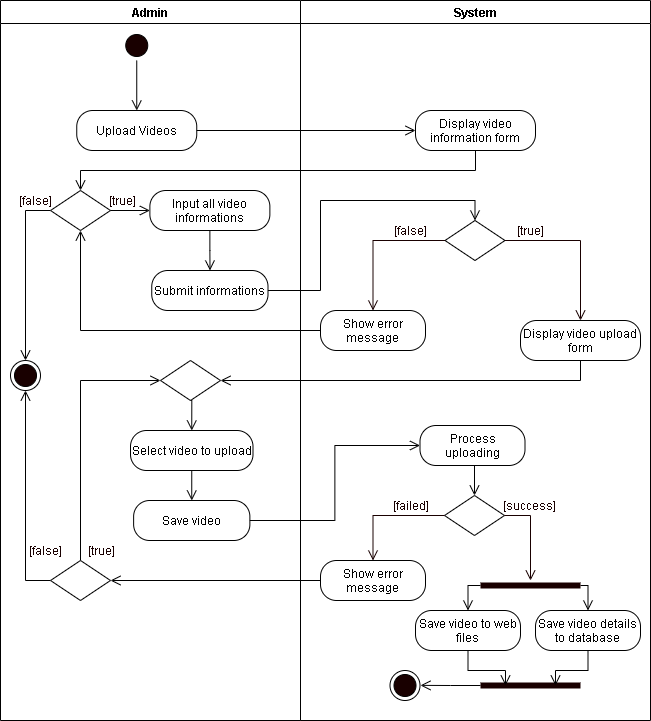
Above: REVISIONS/UML-DIAGRAMS/6-9-2021/ACTIVITY DIAGRAM/8-Upload Video.png in mrklglsn/CAPSTONE-FILES (draw.io), before the change. Source tidied: cells renumbered, new cells last; positions are measured from the earlier drawing's top-left corner, leaving out a move shared by most shapes.
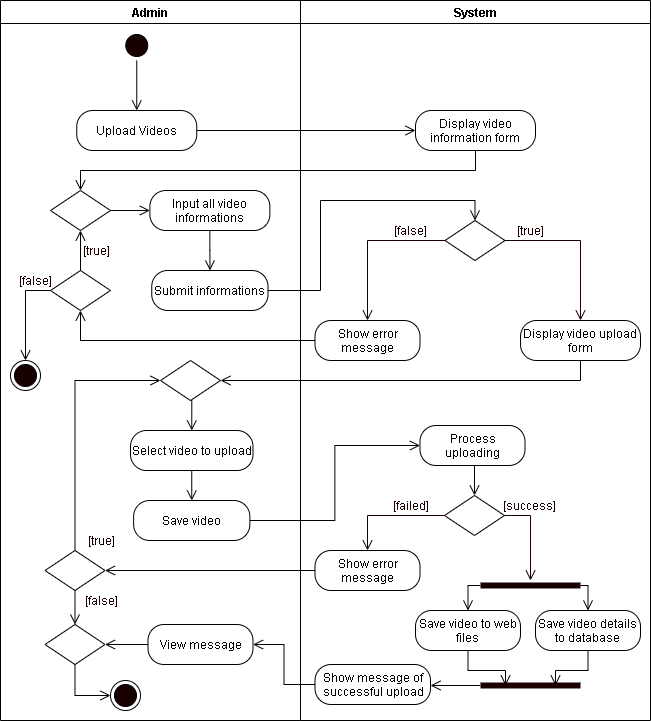
The same diagram one commit later.

The edit, as a diff of the source:
```diff
@@ -40,17 +40,17 @@
     <mxCell id="13" style="edgeStyle=orthogonalEdgeStyle;rounded=0;jettySize=auto;html=1;exitX=0.5;exitY=0;exitDx=0;exitDy=0;entryX=0;entryY=0.5;entryDx=0;entryDy=0;endArrow=open;endFill=0;endSize=8;" parent="2" edge="1" source="15" target="12">
       <mxGeometry relative="1" as="geometry" />
     </mxCell>
-    <mxCell id="14" style="edgeStyle=orthogonalEdgeStyle;rounded=0;jettySize=auto;html=1;exitX=0;exitY=0.5;exitDx=0;exitDy=0;entryX=0.5;entryY=1;entryDx=0;entryDy=0;endArrow=open;endFill=0;endSize=8;" parent="2" edge="1" source="15" target="19">
-      <mxGeometry relative="1" as="geometry" />
-    </mxCell>
+    <mxCell id="59" style="edgeStyle=orthogonalEdgeStyle;rounded=0;jettySize=auto;html=1;exitX=0.5;exitY=1;exitDx=0;exitDy=0;entryX=0.5;entryY=0;entryDx=0;entryDy=0;endArrow=open;endFill=0;endSize=8;" parent="2" edge="1" source="15" target="63">
+      <mxGeometry relative="1" as="geometry" />
+    </mxCell>
     <mxCell id="15" style="rhombus;whiteSpace=wrap;html=1;" parent="2" vertex="1">
-      <mxGeometry x="50" y="560" width="60" height="40" as="geometry" />
+      <mxGeometry x="44.5" y="550" width="60" height="40" as="geometry" />
     </mxCell>
     <mxCell id="16" style="edgeStyle=orthogonalEdgeStyle;rounded=0;jettySize=auto;html=1;exitX=0;exitY=0.5;exitDx=0;exitDy=0;entryX=0.5;entryY=0;entryDx=0;entryDy=0;endArrow=open;endFill=0;endSize=8;" parent="2" edge="1" source="17" target="19">
       <mxGeometry relative="1" as="geometry" />
     </mxCell>
     <mxCell id="17" style="rhombus;whiteSpace=wrap;html=1;" parent="2" vertex="1">
-      <mxGeometry x="50" y="190" width="60" height="40" as="geometry" />
+      <mxGeometry x="50" y="270" width="60" height="40" as="geometry" />
     </mxCell>
     <mxCell id="18" value="Submit informations" style="rounded=1;whiteSpace=wrap;html=1;arcSize=40;" parent="2" vertex="1">
       <mxGeometry x="151.2" y="270" width="116.2" height="40" as="geometry" />
@@ -59,17 +59,45 @@
       <mxGeometry x="10" y="360" width="30" height="30" as="geometry" />
     </mxCell>
     <mxCell id="20" value="&lt;font color=&quot;#190000&quot;&gt;[false]&lt;/font&gt;" style="text;html=1;align=center;verticalAlign=middle;strokeColor=none;fontColor=#FFFFFF;" parent="2" vertex="1">
-      <mxGeometry x="10" y="190" width="50" height="20" as="geometry" />
+      <mxGeometry x="10" y="270" width="50" height="20" as="geometry" />
     </mxCell>
     <mxCell id="21" value="&lt;font color=&quot;#190000&quot;&gt;[true]&lt;/font&gt;" style="text;html=1;align=center;verticalAlign=middle;strokeColor=none;fontColor=#FFFFFF;" parent="2" vertex="1">
-      <mxGeometry x="101.9" y="190" width="40" height="20" as="geometry" />
+      <mxGeometry x="76.2" y="240" width="40" height="20" as="geometry" />
     </mxCell>
-    <mxCell id="22" style="edgeStyle=orthogonalEdgeStyle;rounded=0;jettySize=auto;html=1;exitX=1;exitY=0.5;exitDx=0;exitDy=0;endArrow=open;endFill=0;endSize=8;entryX=0;entryY=0.5;entryDx=0;entryDy=0;" parent="2" edge="1" source="17" target="7">
+    <mxCell id="22" style="edgeStyle=orthogonalEdgeStyle;rounded=0;jettySize=auto;html=1;exitX=0.5;exitY=0;exitDx=0;exitDy=0;endArrow=open;endFill=0;endSize=8;entryX=0.5;entryY=1;entryDx=0;entryDy=0;" parent="2" edge="1" source="17" target="65">
       <mxGeometry relative="1" as="geometry" />
     </mxCell>
     <mxCell id="23" value="&lt;font color=&quot;#190000&quot;&gt;[true]&lt;/font&gt;" style="text;html=1;align=center;verticalAlign=middle;strokeColor=none;fontColor=#FFFFFF;" parent="2" vertex="1">
-      <mxGeometry x="81.2" y="540" width="40" height="20" as="geometry" />
+      <mxGeometry x="81.2" y="530" width="40" height="20" as="geometry" />
     </mxCell>
+    <mxCell id="42" style="ellipse;html=1;shape=endState;fillColor=#190000;" parent="2" vertex="1">
+      <mxGeometry x="110" y="680" width="30" height="30" as="geometry" />
+    </mxCell>
+    <mxCell id="60" style="edgeStyle=orthogonalEdgeStyle;rounded=0;jettySize=auto;html=1;exitX=0;exitY=0.5;exitDx=0;exitDy=0;entryX=1;entryY=0.5;entryDx=0;entryDy=0;endArrow=open;endFill=0;endSize=8;" parent="2" edge="1" source="61" target="63">
+      <mxGeometry relative="1" as="geometry" />
+    </mxCell>
+    <mxCell id="61" value="View message" style="rounded=1;whiteSpace=wrap;html=1;arcSize=40;" parent="2" vertex="1">
+      <mxGeometry x="147.5" y="624" width="105" height="40" as="geometry" />
+    </mxCell>
+    <mxCell id="50" value="&lt;font color=&quot;#190000&quot;&gt;[false]&lt;/font&gt;" style="text;html=1;align=center;verticalAlign=middle;strokeColor=none;fontColor=#FFFFFF;" parent="2" vertex="1">
+      <mxGeometry x="76.2" y="590" width="50" height="20" as="geometry" />
+    </mxCell>
+    <mxCell id="62" style="edgeStyle=orthogonalEdgeStyle;rounded=0;jettySize=auto;html=1;exitX=0.5;exitY=1;exitDx=0;exitDy=0;entryX=0;entryY=0.5;entryDx=0;entryDy=0;endArrow=open;endFill=0;endSize=8;" parent="2" edge="1" source="63" target="42">
+      <mxGeometry relative="1" as="geometry">
+        <Array as="points">
+          <mxPoint x="74" y="695" />
+        </Array>
+      </mxGeometry>
+    </mxCell>
+    <mxCell id="63" style="rhombus;whiteSpace=wrap;html=1;" parent="2" vertex="1">
+      <mxGeometry x="44.5" y="624" width="60" height="40" as="geometry" />
+    </mxCell>
+    <mxCell id="64" style="edgeStyle=orthogonalEdgeStyle;rounded=0;jettySize=auto;html=1;exitX=1;exitY=0.5;exitDx=0;exitDy=0;entryX=0;entryY=0.5;entryDx=0;entryDy=0;endArrow=open;endFill=0;endSize=8;" parent="2" edge="1" source="65" target="7">
+      <mxGeometry relative="1" as="geometry" />
+    </mxCell>
+    <mxCell id="65" style="rhombus;whiteSpace=wrap;html=1;" parent="2" vertex="1">
+      <mxGeometry x="50" y="190" width="60" height="40" as="geometry" />
+    </mxCell>
     <mxCell id="24" value="System" style="swimlane;" parent="1" vertex="1">
       <mxGeometry x="300" width="350" height="720" as="geometry" />
     </mxCell>
@@ -95,7 +123,7 @@
       <mxGeometry x="84.5" y="495" width="50" height="20" as="geometry" />
     </mxCell>
     <mxCell id="32" value="Show error message" style="rounded=1;whiteSpace=wrap;html=1;arcSize=40;" parent="24" vertex="1">
-      <mxGeometry x="20" y="560" width="105" height="40" as="geometry" />
+      <mxGeometry x="14.5" y="550" width="105" height="40" as="geometry" />
     </mxCell>
     <mxCell id="33" style="edgeStyle=orthogonalEdgeStyle;rounded=0;jettySize=auto;html=1;exitX=0;exitY=0.5;exitDx=0;exitDy=0;fontColor=#FFFFFF;endArrow=open;endFill=0;endSize=8;strokeColor=#190000;entryX=0.5;entryY=0;entryDx=0;entryDy=0;" parent="24" edge="1" source="28" target="32">
       <mxGeometry relative="1" as="geometry" />
@@ -110,7 +138,7 @@
       <mxGeometry x="85" y="220" width="50" height="20" as="geometry" />
     </mxCell>
     <mxCell id="37" value="Show error message" style="rounded=1;whiteSpace=wrap;html=1;arcSize=40;" parent="24" vertex="1">
-      <mxGeometry x="20" y="310" width="105" height="40" as="geometry" />
+      <mxGeometry x="14.5" y="320" width="105" height="40" as="geometry" />
     </mxCell>
     <mxCell id="38" style="edgeStyle=orthogonalEdgeStyle;rounded=0;jettySize=auto;html=1;exitX=0;exitY=0.5;exitDx=0;exitDy=0;fontColor=#FFFFFF;endArrow=open;endFill=0;endSize=8;strokeColor=#190000;entryX=0.5;entryY=0;entryDx=0;entryDy=0;" parent="24" edge="1" source="34" target="37">
       <mxGeometry relative="1" as="geometry" />
@@ -124,22 +152,19 @@
     <mxCell id="41" value="Save video details to database" style="rounded=1;whiteSpace=wrap;html=1;arcSize=40;" parent="24" vertex="1">
       <mxGeometry x="235" y="610" width="105" height="40" as="geometry" />
     </mxCell>
-    <mxCell id="42" style="ellipse;html=1;shape=endState;fillColor=#190000;" parent="24" vertex="1">
-      <mxGeometry x="89.5" y="670" width="30" height="30" as="geometry" />
-    </mxCell>
+    <mxCell id="66" value="Show message of successful upload" style="rounded=1;whiteSpace=wrap;html=1;arcSize=40;" parent="24" vertex="1">
+      <mxGeometry x="14.5" y="664" width="115.5" height="40" as="geometry" />
+    </mxCell>
     <mxCell id="43" style="edgeStyle=orthogonalEdgeStyle;rounded=0;jettySize=auto;html=1;exitX=1;exitY=0.5;exitDx=0;exitDy=0;endArrow=open;endFill=0;endSize=8;entryX=0;entryY=0.5;entryDx=0;entryDy=0;" parent="1" edge="1" source="5" target="25">
       <mxGeometry relative="1" as="geometry" />
     </mxCell>
-    <mxCell id="44" style="edgeStyle=orthogonalEdgeStyle;rounded=0;jettySize=auto;html=1;exitX=0.5;exitY=1;exitDx=0;exitDy=0;entryX=0.5;entryY=0;entryDx=0;entryDy=0;endArrow=open;endFill=0;endSize=8;" parent="1" edge="1" source="25" target="17">
-      <mxGeometry relative="1" as="geometry" />
-    </mxCell>
     <mxCell id="45" style="edgeStyle=orthogonalEdgeStyle;rounded=0;jettySize=auto;html=1;exitX=1;exitY=0.5;exitDx=0;exitDy=0;entryX=0;entryY=0.5;entryDx=0;entryDy=0;endArrow=open;endFill=0;endSize=8;" parent="1" edge="1" source="9" target="27">
       <mxGeometry relative="1" as="geometry" />
     </mxCell>
     <mxCell id="46" style="edgeStyle=orthogonalEdgeStyle;rounded=0;jettySize=auto;html=1;exitX=0;exitY=0.5;exitDx=0;exitDy=0;endArrow=open;endFill=0;endSize=8;entryX=1;entryY=0.5;entryDx=0;entryDy=0;" parent="1" edge="1" source="32" target="15">
       <mxGeometry relative="1" as="geometry">
         <Array as="points">
-          <mxPoint x="110" y="580" />
+          <mxPoint x="104.5" y="570" />
         </Array>
       </mxGeometry>
     </mxCell>
@@ -158,9 +183,6 @@
     <mxCell id="49" style="edgeStyle=orthogonalEdgeStyle;rounded=0;jettySize=auto;html=1;exitX=0;exitY=0.5;exitDx=0;exitDy=0;entryX=0.5;entryY=1;entryDx=0;entryDy=0;endArrow=open;endFill=0;endSize=8;" parent="1" edge="1" source="37" target="17">
       <mxGeometry relative="1" as="geometry" />
     </mxCell>
-    <mxCell id="50" value="&lt;font color=&quot;#190000&quot;&gt;[false]&lt;/font&gt;" style="text;html=1;align=center;verticalAlign=middle;strokeColor=none;fontColor=#FFFFFF;" parent="1" vertex="1">
-      <mxGeometry x="20" y="540" width="50" height="20" as="geometry" />
-    </mxCell>
     <mxCell id="51" style="edgeStyle=orthogonalEdgeStyle;rounded=0;jettySize=auto;html=1;exitX=0;exitY=0.5;exitDx=0;exitDy=0;exitPerimeter=0;entryX=0.5;entryY=0;entryDx=0;entryDy=0;endArrow=open;endFill=0;endSize=8;" parent="1" edge="1" source="53" target="40">
       <mxGeometry relative="1" as="geometry" />
     </mxCell>
@@ -175,7 +197,7 @@
     </mxCell>
     <mxCell id="55" style="edgeStyle=orthogonalEdgeStyle;rounded=0;jettySize=auto;html=1;exitX=0;exitY=0.5;exitDx=0;exitDy=0;exitPerimeter=0;endArrow=open;endFill=0;endSize=8;" parent="1" edge="1" source="56">
       <mxGeometry relative="1" as="geometry">
-        <mxPoint x="420" y="684.9" as="targetPoint" />
+        <mxPoint x="430" y="685" as="targetPoint" />
       </mxGeometry>
     </mxCell>
     <mxCell id="56" style="shape=line;html=1;strokeWidth=6;strokeColor=#190000;" parent="1" vertex="1">
@@ -187,5 +209,11 @@
     <mxCell id="58" style="edgeStyle=orthogonalEdgeStyle;rounded=0;jettySize=auto;html=1;exitX=0.5;exitY=1;exitDx=0;exitDy=0;entryX=0.75;entryY=0.5;entryDx=0;entryDy=0;entryPerimeter=0;endArrow=open;endFill=0;endSize=8;" parent="1" edge="1" source="41" target="56">
       <mxGeometry relative="1" as="geometry" />
     </mxCell>
+    <mxCell id="67" style="edgeStyle=orthogonalEdgeStyle;rounded=0;jettySize=auto;html=1;exitX=0;exitY=0.5;exitDx=0;exitDy=0;endArrow=open;endFill=0;endSize=8;entryX=1;entryY=0.5;entryDx=0;entryDy=0;" parent="1" edge="1" source="66" target="61">
+      <mxGeometry relative="1" as="geometry" />
+    </mxCell>
+    <mxCell id="68" style="edgeStyle=orthogonalEdgeStyle;rounded=0;jettySize=auto;html=1;exitX=0.5;exitY=1;exitDx=0;exitDy=0;entryX=0.5;entryY=0;entryDx=0;entryDy=0;endArrow=open;endFill=0;endSize=8;" parent="1" edge="1" source="25" target="65">
+      <mxGeometry relative="1" as="geometry" />
+    </mxCell>
   </root>
 </mxGraphModel>
```
